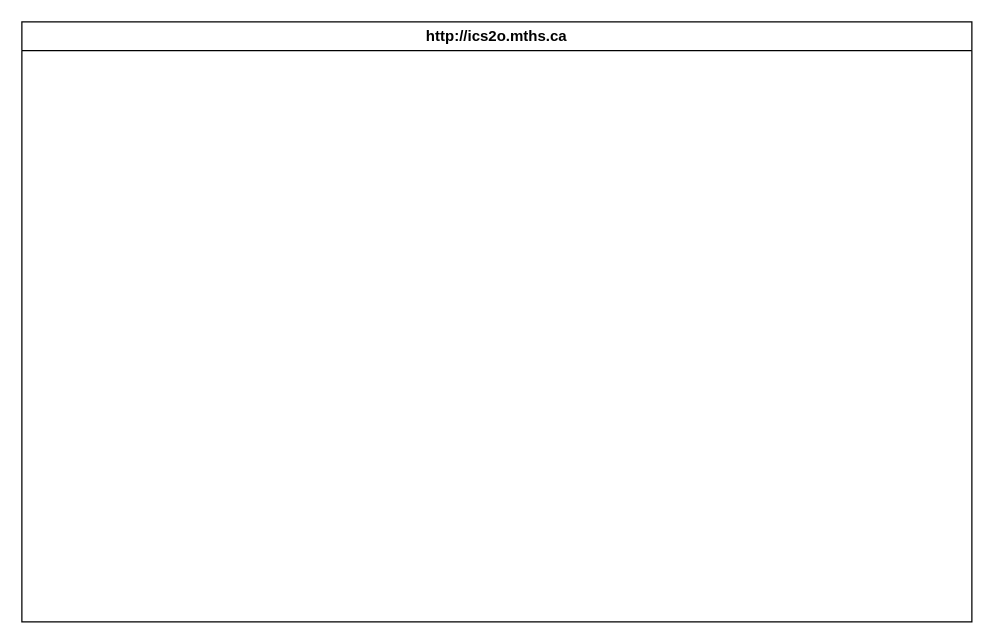
This is design/storyboard.drawio from MTHS-ICS2O-2-2022/ICS2O-Unit-5-03-Yuri-Gabutero24, a draw.io file, before an edit. Source tidied: cells renumbered, new cells numbered last; positions are measured from the earlier drawing's top-left corner, leaving out a move shared by most shapes. Both pictures are drawn from the tidied source at 125%, with x=0, y=0 at pixel (21, 21).
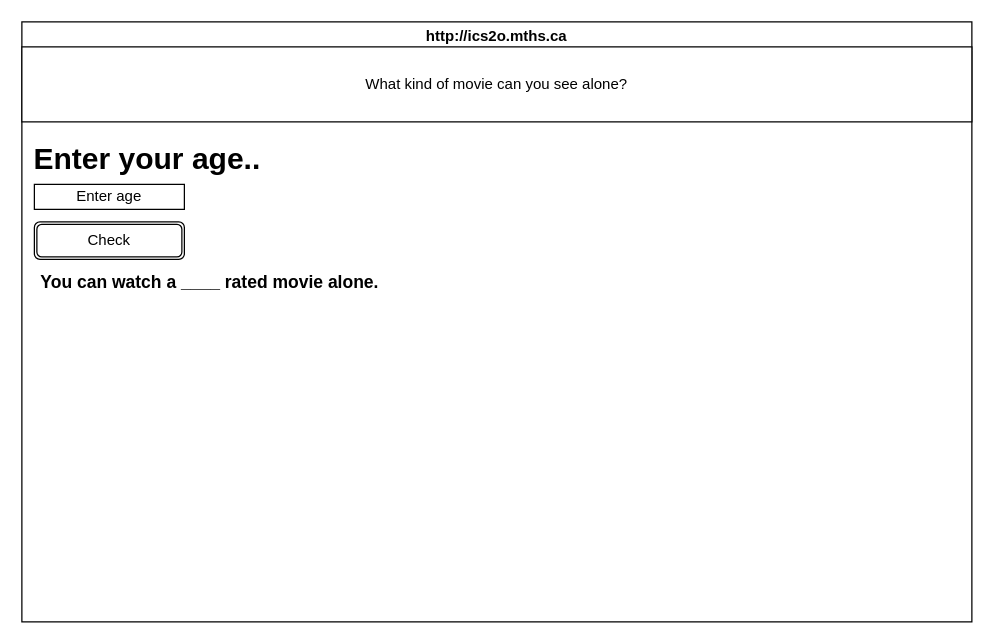
Above is the later version.

Diff of the diagram source:
```diff
@@
 <mxGraphModel>
   <root>
     <mxCell id="0" />
     <mxCell id="1" parent="0" />
     <mxCell id="2" value="http://ics2o.mths.ca" style="swimlane;whiteSpace=wrap;html=1;" parent="1" vertex="1">
       <mxGeometry width="760" height="480" as="geometry" />
     </mxCell>
+    <mxCell id="3" value="What kind of movie can you see alone?" style="rounded=0;whiteSpace=wrap;html=1;" parent="2" vertex="1">
+      <mxGeometry y="20" width="760" height="60" as="geometry" />
+    </mxCell>
+    <mxCell id="4" value="Enter age" style="rounded=0;whiteSpace=wrap;html=1;" parent="2" vertex="1">
+      <mxGeometry x="10" y="130" width="120" height="20" as="geometry" />
+    </mxCell>
+    <mxCell id="5" value="Enter your age.." style="text;strokeColor=none;fillColor=none;html=1;fontSize=24;fontStyle=1;verticalAlign=middle;align=center;" parent="2" vertex="1">
+      <mxGeometry x="50" y="90" width="100" height="40" as="geometry" />
+    </mxCell>
+    <mxCell id="6" value="Check" style="shape=ext;double=1;rounded=1;whiteSpace=wrap;html=1;" parent="2" vertex="1">
+      <mxGeometry x="10" y="160" width="120" height="30" as="geometry" />
+    </mxCell>
+    <mxCell id="7" value="&lt;font style=&quot;font-size: 14px;&quot;&gt;You can watch a ____ rated movie alone.&lt;/font&gt;" style="text;strokeColor=none;fillColor=none;html=1;fontSize=24;fontStyle=1;verticalAlign=middle;align=center;" parent="2" vertex="1">
+      <mxGeometry x="120" y="180" width="60" height="50" as="geometry" />
+    </mxCell>
   </root>
 </mxGraphModel>
```
